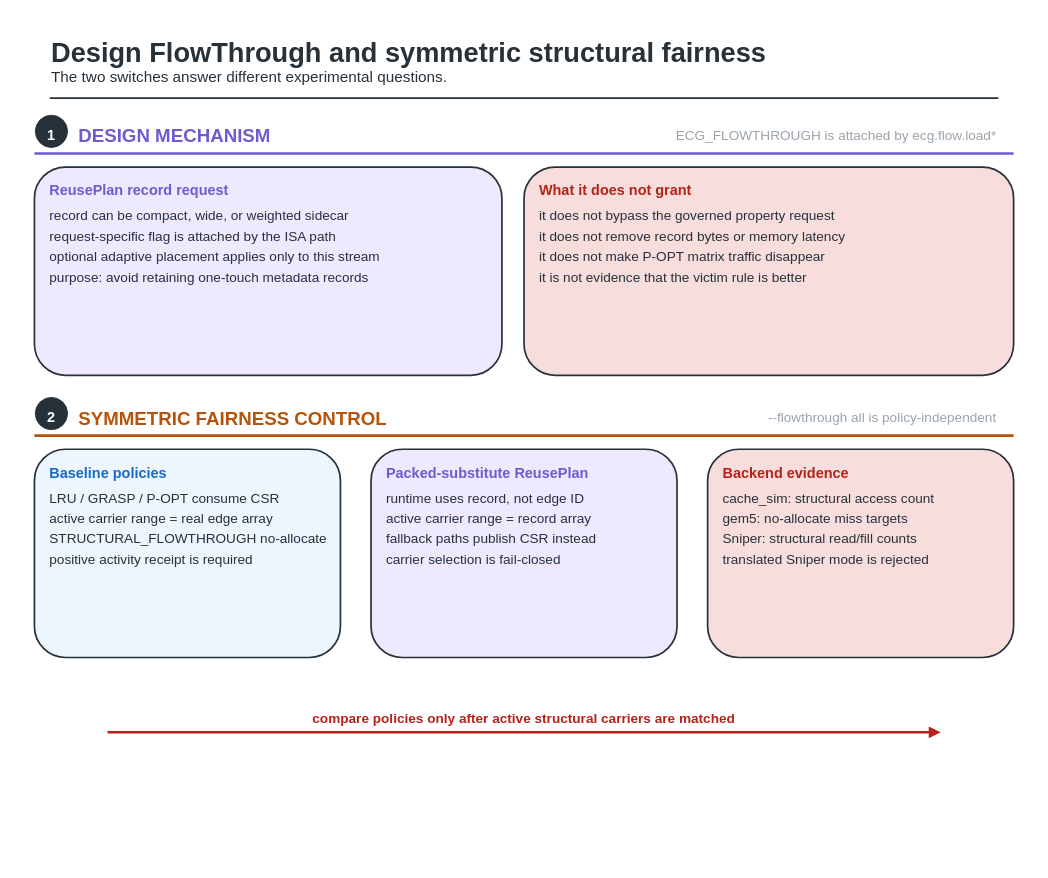
Above: fig/wiki_src/reuse-plan-flowthrough/reuse-plan-flowthrough-f06-structural-fairness.drawio in UVA-LavaLab/ECG_GrAPL (draw.io), before the change. Source tidied: cells renumbered, new cells numbered last; positions are measured from the earlier drawing's top-left corner, leaving out a move shared by most shapes. Both pictures are drawn from the tidied source at 85%, with x=0, y=0 at pixel (14, 14).
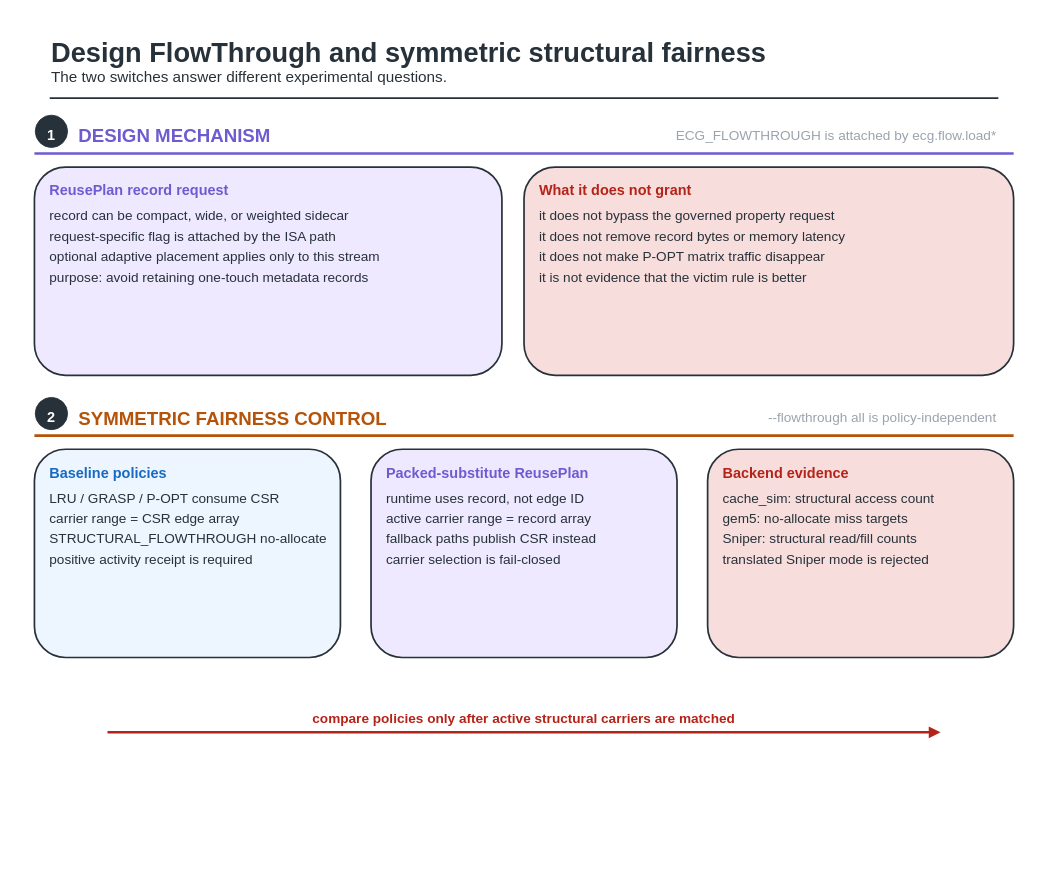
The same page after the edit.

The edit, as a diff of the source:
```diff
@@
-    <mxCell id="31" value="active carrier range = real edge array" style="text;html=0;strokeColor=none;fillColor=none;align=left;verticalAlign=middle;fontFamily=Helvetica;fontSize=16;fontColor=#27313A;fontStyle=0;" parent="1" vertex="1">
-      <mxGeometry x="40" y="581.2" width="322.2" height="22.4" as="geometry" />
+    <mxCell id="31" value="carrier range = CSR edge array" style="text;html=0;strokeColor=none;fillColor=none;align=left;verticalAlign=middle;fontFamily=Helvetica;fontSize=16;fontColor=#27313A;fontStyle=0;" parent="1" vertex="1">
+      <mxGeometry x="40" y="581.2" width="254.4" height="22.4" as="geometry" />
     </mxCell>
```
